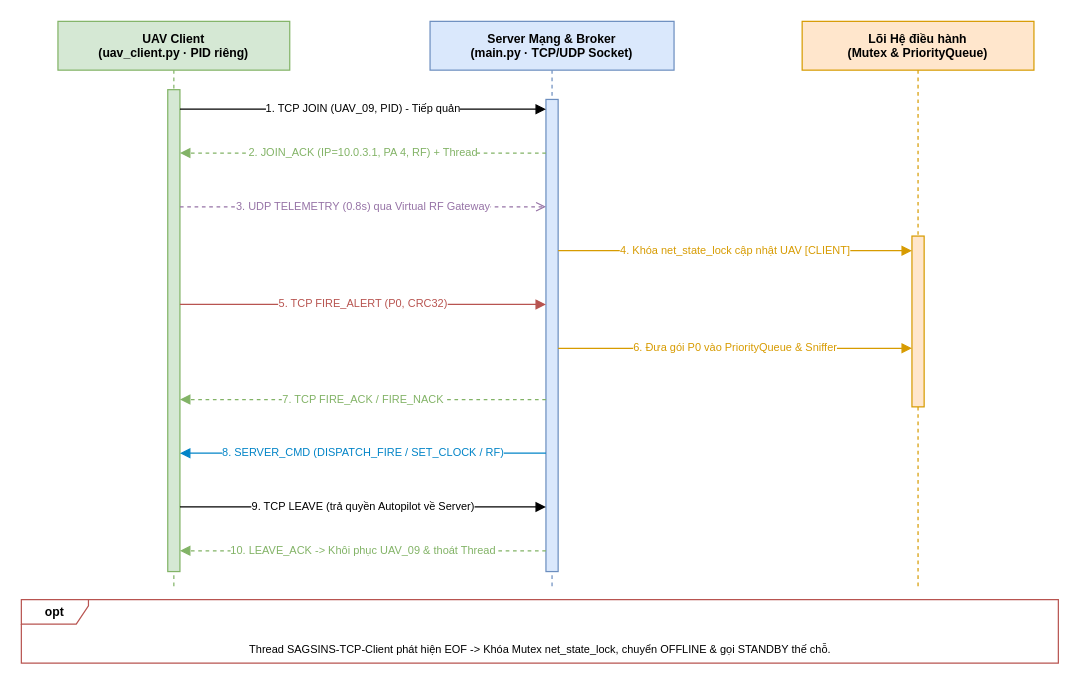
This is page "2.3_Sequence_TCP_UDP" (6 of 11) of docs/diagrams_drawio/PBL4_SAGSINS_All_Diagrams.drawio from xuanquy06/PBL4, a draw.io file, before an edit. Source tidied: cells renumbered, new cells numbered last; positions are measured from the earlier drawing's top-left corner, leaving out a move shared by most shapes. Both pictures are drawn from the tidied source at 122%, with x=0, y=0 at pixel (21, 21).
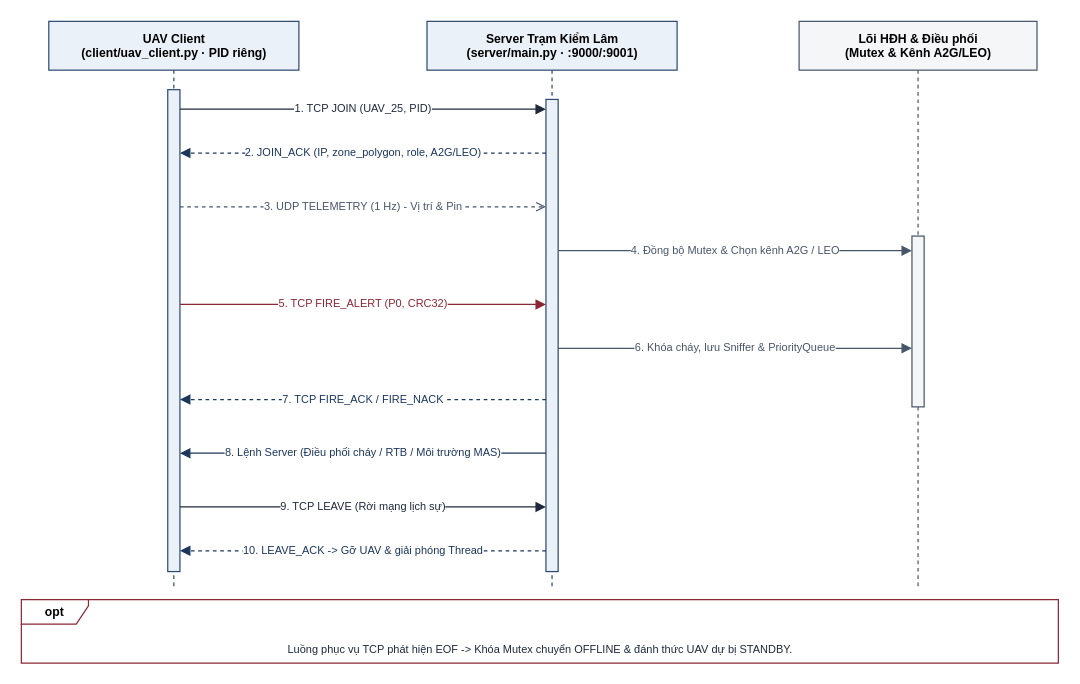
Above is the later version.

The edit, as a diff of the source:
```diff
@@
-    <mxCell id="2" value="UAV Client&lt;br&gt;(uav_client.py · PID riêng)" style="shape=umlLifeline;perimeter=lifelinePerimeter;whiteSpace=wrap;html=1;size=40;fillColor=#d5e8d4;strokeColor=#82b366;fontSize=10;fontStyle=1;fontColor=#000000;" parent="1" vertex="1">
-      <mxGeometry x="30" width="190" height="466" as="geometry" />
+    <mxCell id="2" value="UAV Client&lt;br&gt;(client/uav_client.py · PID riêng)" style="shape=umlLifeline;perimeter=lifelinePerimeter;whiteSpace=wrap;html=1;size=40;fillColor=#EBF1F8;strokeColor=#2C4A70;fontSize=10;fontStyle=1;fontColor=#000000;" parent="1" vertex="1">
+      <mxGeometry x="22.5" width="205" height="466" as="geometry" />
     </mxCell>
-    <mxCell id="3" value="Server Mạng &amp;amp; Broker&lt;br&gt;(main.py · TCP/UDP Socket)" style="shape=umlLifeline;perimeter=lifelinePerimeter;whiteSpace=wrap;html=1;size=40;fillColor=#dae8fc;strokeColor=#6c8ebf;fontSize=10;fontStyle=1;fontColor=#000000;" parent="1" vertex="1">
-      <mxGeometry x="335" width="200" height="466" as="geometry" />
+    <mxCell id="3" value="Server Trạm Kiểm Lâm&lt;br&gt;(server/main.py · :9000/:9001)" style="shape=umlLifeline;perimeter=lifelinePerimeter;whiteSpace=wrap;html=1;size=40;fillColor=#EBF1F8;strokeColor=#2C4A70;fontSize=10;fontStyle=1;fontColor=#000000;" parent="1" vertex="1">
+      <mxGeometry x="332.5" width="205" height="466" as="geometry" />
     </mxCell>
-    <mxCell id="4" value="Lõi Hệ điều hành&lt;br&gt;(Mutex &amp;amp; PriorityQueue)" style="shape=umlLifeline;perimeter=lifelinePerimeter;whiteSpace=wrap;html=1;size=40;fillColor=#ffe6cc;strokeColor=#d79b00;fontSize=10;fontStyle=1;fontColor=#000000;" parent="1" vertex="1">
-      <mxGeometry x="640" width="190" height="466" as="geometry" />
+    <mxCell id="4" value="Lõi HĐH &amp;amp; Điều phối&lt;br&gt;(Mutex &amp;amp; Kênh A2G/LEO)" style="shape=umlLifeline;perimeter=lifelinePerimeter;whiteSpace=wrap;html=1;size=40;fillColor=#F4F6F8;strokeColor=#475569;fontSize=10;fontStyle=1;fontColor=#000000;" parent="1" vertex="1">
+      <mxGeometry x="637.5" width="195" height="466" as="geometry" />
     </mxCell>
-    <mxCell id="5" style="html=1;perimeter=orthogonalPerimeter;fillColor=#d5e8d4;strokeColor=#82b366;" parent="1" vertex="1">
+    <mxCell id="5" style="html=1;perimeter=orthogonalPerimeter;fillColor=#EBF1F8;strokeColor=#2C4A70;" parent="1" vertex="1">
       <mxGeometry x="120" y="56" width="10" height="395" as="geometry" />
     </mxCell>
-    <mxCell id="6" style="html=1;perimeter=orthogonalPerimeter;fillColor=#dae8fc;strokeColor=#6c8ebf;" parent="1" vertex="1">
+    <mxCell id="6" style="html=1;perimeter=orthogonalPerimeter;fillColor=#EBF1F8;strokeColor=#2C4A70;" parent="1" vertex="1">
       <mxGeometry x="430" y="64" width="10" height="387" as="geometry" />
     </mxCell>
-    <mxCell id="7" style="html=1;perimeter=orthogonalPerimeter;fillColor=#ffe6cc;strokeColor=#d79b00;" parent="1" vertex="1">
+    <mxCell id="7" style="html=1;perimeter=orthogonalPerimeter;fillColor=#F4F6F8;strokeColor=#475569;" parent="1" vertex="1">
       <mxGeometry x="730" y="176" width="10" height="140" as="geometry" />
     </mxCell>
-    <mxCell id="8" value="1. TCP JOIN (UAV_09, PID) - Tiếp quản" style="edgeStyle=orthogonalEdgeStyle;rounded=0;orthogonalLoop=1;jettySize=auto;html=1;strokeColor=#000000;fontColor=#000000;fontSize=9;endArrow=block;endFill=1;" parent="1" edge="1">
+    <mxCell id="8" value="1. TCP JOIN (UAV_25, PID)" style="edgeStyle=orthogonalEdgeStyle;rounded=0;orthogonalLoop=1;jettySize=auto;html=1;strokeColor=#1E293B;fontColor=#1E293B;fontSize=9;endArrow=block;endFill=1;" parent="1" edge="1">
       <mxGeometry relative="1" as="geometry">
         <mxPoint x="130" y="72" as="sourcePoint" />
         <mxPoint x="430" y="72" as="targetPoint" />
       </mxGeometry>
     </mxCell>
-    <mxCell id="9" value="2. JOIN_ACK (IP=10.0.3.1, PA 4, RF) + Thread" style="edgeStyle=orthogonalEdgeStyle;rounded=0;orthogonalLoop=1;jettySize=auto;html=1;strokeColor=#82b366;fontColor=#82b366;fontSize=9;dashed=1;endArrow=block;endFill=1;" parent="1" edge="1">
+    <mxCell id="9" value="2. JOIN_ACK (IP, zone_polygon, role, A2G/LEO)" style="edgeStyle=orthogonalEdgeStyle;rounded=0;orthogonalLoop=1;jettySize=auto;html=1;strokeColor=#1B365D;fontColor=#1B365D;fontSize=9;dashed=1;endArrow=block;endFill=1;" parent="1" edge="1">
       <mxGeometry relative="1" as="geometry">
         <mxPoint x="430" y="108" as="sourcePoint" />
         <mxPoint x="130" y="108" as="targetPoint" />
       </mxGeometry>
     </mxCell>
-    <mxCell id="10" value="3. UDP TELEMETRY (0.8s) qua Virtual RF Gateway" style="edgeStyle=orthogonalEdgeStyle;rounded=0;orthogonalLoop=1;jettySize=auto;html=1;strokeColor=#9673a6;fontColor=#9673a6;fontSize=9;dashed=1;endArrow=open;endFill=0;" parent="1" edge="1">
+    <mxCell id="10" value="3. UDP TELEMETRY (1 Hz) - Vị trí &amp;amp; Pin" style="edgeStyle=orthogonalEdgeStyle;rounded=0;orthogonalLoop=1;jettySize=auto;html=1;strokeColor=#475569;fontColor=#475569;fontSize=9;dashed=1;endArrow=open;endFill=0;" parent="1" edge="1">
       <mxGeometry relative="1" as="geometry">
         <mxPoint x="130" y="152" as="sourcePoint" />
         <mxPoint x="430" y="152" as="targetPoint" />
       </mxGeometry>
     </mxCell>
-    <mxCell id="11" value="4. Khóa net_state_lock cập nhật UAV [CLIENT]" style="edgeStyle=orthogonalEdgeStyle;rounded=0;orthogonalLoop=1;jettySize=auto;html=1;strokeColor=#d79b00;fontColor=#d79b00;fontSize=9;endArrow=block;endFill=1;" parent="1" edge="1">
+    <mxCell id="11" value="4. Đồng bộ Mutex &amp;amp; Chọn kênh A2G / LEO" style="edgeStyle=orthogonalEdgeStyle;rounded=0;orthogonalLoop=1;jettySize=auto;html=1;strokeColor=#475569;fontColor=#475569;fontSize=9;endArrow=block;endFill=1;" parent="1" edge="1">
       <mxGeometry relative="1" as="geometry">
         <mxPoint x="440" y="188" as="sourcePoint" />
         <mxPoint x="730" y="188" as="targetPoint" />
       </mxGeometry>
     </mxCell>
-    <mxCell id="12" value="5. TCP FIRE_ALERT (P0, CRC32)" style="edgeStyle=orthogonalEdgeStyle;rounded=0;orthogonalLoop=1;jettySize=auto;html=1;strokeColor=#b85450;fontColor=#b85450;fontSize=9;endArrow=block;endFill=1;" parent="1" edge="1">
+    <mxCell id="12" value="5. TCP FIRE_ALERT (P0, CRC32)" style="edgeStyle=orthogonalEdgeStyle;rounded=0;orthogonalLoop=1;jettySize=auto;html=1;strokeColor=#8B2635;fontColor=#8B2635;fontSize=9;endArrow=block;endFill=1;" parent="1" edge="1">
       <mxGeometry relative="1" as="geometry">
         <mxPoint x="130" y="232" as="sourcePoint" />
         <mxPoint x="430" y="232" as="targetPoint" />
       </mxGeometry>
     </mxCell>
-    <mxCell id="13" value="6. Đưa gói P0 vào PriorityQueue &amp;amp; Sniffer" style="edgeStyle=orthogonalEdgeStyle;rounded=0;orthogonalLoop=1;jettySize=auto;html=1;strokeColor=#d79b00;fontColor=#d79b00;fontSize=9;endArrow=block;endFill=1;" parent="1" edge="1">
+    <mxCell id="13" value="6. Khóa cháy, lưu Sniffer &amp;amp; PriorityQueue" style="edgeStyle=orthogonalEdgeStyle;rounded=0;orthogonalLoop=1;jettySize=auto;html=1;strokeColor=#475569;fontColor=#475569;fontSize=9;endArrow=block;endFill=1;" parent="1" edge="1">
       <mxGeometry relative="1" as="geometry">
         <mxPoint x="440" y="268" as="sourcePoint" />
         <mxPoint x="730" y="268" as="targetPoint" />
       </mxGeometry>
     </mxCell>
-    <mxCell id="14" value="7. TCP FIRE_ACK / FIRE_NACK" style="edgeStyle=orthogonalEdgeStyle;rounded=0;orthogonalLoop=1;jettySize=auto;html=1;strokeColor=#82b366;fontColor=#82b366;fontSize=9;dashed=1;endArrow=block;endFill=1;" parent="1" edge="1">
+    <mxCell id="14" value="7. TCP FIRE_ACK / FIRE_NACK" style="edgeStyle=orthogonalEdgeStyle;rounded=0;orthogonalLoop=1;jettySize=auto;html=1;strokeColor=#1B365D;fontColor=#1B365D;fontSize=9;dashed=1;endArrow=block;endFill=1;" parent="1" edge="1">
       <mxGeometry relative="1" as="geometry">
         <mxPoint x="430" y="310" as="sourcePoint" />
         <mxPoint x="130" y="310" as="targetPoint" />
       </mxGeometry>
     </mxCell>
-    <mxCell id="15" value="8. SERVER_CMD (DISPATCH_FIRE / SET_CLOCK / RF)" style="edgeStyle=orthogonalEdgeStyle;rounded=0;orthogonalLoop=1;jettySize=auto;html=1;strokeColor=#0284c7;fontColor=#0284c7;fontSize=9;endArrow=block;endFill=1;" parent="1" edge="1">
+    <mxCell id="15" value="8. Lệnh Server (Điều phối cháy / RTB / Môi trường MAS)" style="edgeStyle=orthogonalEdgeStyle;rounded=0;orthogonalLoop=1;jettySize=auto;html=1;strokeColor=#1B365D;fontColor=#1B365D;fontSize=9;endArrow=block;endFill=1;" parent="1" edge="1">
       <mxGeometry relative="1" as="geometry">
         <mxPoint x="430" y="354" as="sourcePoint" />
         <mxPoint x="130" y="354" as="targetPoint" />
       </mxGeometry>
     </mxCell>
-    <mxCell id="16" value="9. TCP LEAVE (trả quyền Autopilot về Server)" style="edgeStyle=orthogonalEdgeStyle;rounded=0;orthogonalLoop=1;jettySize=auto;html=1;strokeColor=#000000;fontColor=#000000;fontSize=9;endArrow=block;endFill=1;" parent="1" edge="1">
+    <mxCell id="16" value="9. TCP LEAVE (Rời mạng lịch sự)" style="edgeStyle=orthogonalEdgeStyle;rounded=0;orthogonalLoop=1;jettySize=auto;html=1;strokeColor=#1E293B;fontColor=#1E293B;fontSize=9;endArrow=block;endFill=1;" parent="1" edge="1">
       <mxGeometry relative="1" as="geometry">
         <mxPoint x="130" y="398" as="sourcePoint" />
         <mxPoint x="430" y="398" as="targetPoint" />
       </mxGeometry>
     </mxCell>
-    <mxCell id="17" value="10. LEAVE_ACK -&amp;gt; Khôi phục UAV_09 &amp;amp; thoát Thread" style="edgeStyle=orthogonalEdgeStyle;rounded=0;orthogonalLoop=1;jettySize=auto;html=1;strokeColor=#82b366;fontColor=#82b366;fontSize=9;dashed=1;endArrow=block;endFill=1;" parent="1" edge="1">
+    <mxCell id="17" value="10. LEAVE_ACK -&amp;gt; Gỡ UAV &amp;amp; giải phóng Thread" style="edgeStyle=orthogonalEdgeStyle;rounded=0;orthogonalLoop=1;jettySize=auto;html=1;strokeColor=#1B365D;fontColor=#1B365D;fontSize=9;dashed=1;endArrow=block;endFill=1;" parent="1" edge="1">
       <mxGeometry relative="1" as="geometry">
         <mxPoint x="430" y="434" as="sourcePoint" />
         <mxPoint x="130" y="434" as="targetPoint" />
       </mxGeometry>
     </mxCell>
-    <mxCell id="18" value="opt" style="shape=umlFrame;whiteSpace=wrap;html=1;width=55;height=20;fillColor=none;strokeColor=#b85450;fontSize=10;fontStyle=1;fontColor=#000000;" parent="1" vertex="1">
+    <mxCell id="18" value="opt" style="shape=umlFrame;whiteSpace=wrap;html=1;width=55;height=20;fillColor=none;strokeColor=#8B2635;fontSize=10;fontStyle=1;fontColor=#000000;" parent="1" vertex="1">
       <mxGeometry y="474" width="850" height="52" as="geometry" />
     </mxCell>
-    <mxCell id="19" value="Thread SAGSINS-TCP-Client phát hiện EOF -&amp;gt; Khóa Mutex net_state_lock, chuyển OFFLINE &amp;amp; gọi STANDBY thế chỗ." style="text;html=1;align=center;verticalAlign=center;strokeColor=none;fillColor=none;fontSize=9;fontColor=#000000;" parent="1" vertex="1">
+    <mxCell id="19" value="Luồng phục vụ TCP phát hiện EOF -&amp;gt; Khóa Mutex chuyển OFFLINE &amp;amp; đánh thức UAV dự bị STANDBY." style="text;html=1;align=center;verticalAlign=center;strokeColor=none;fillColor=none;fontSize=9;fontColor=#1E293B;" parent="1" vertex="1">
       <mxGeometry x="385" y="498" width="80" height="20" as="geometry" />
     </mxCell>
```
